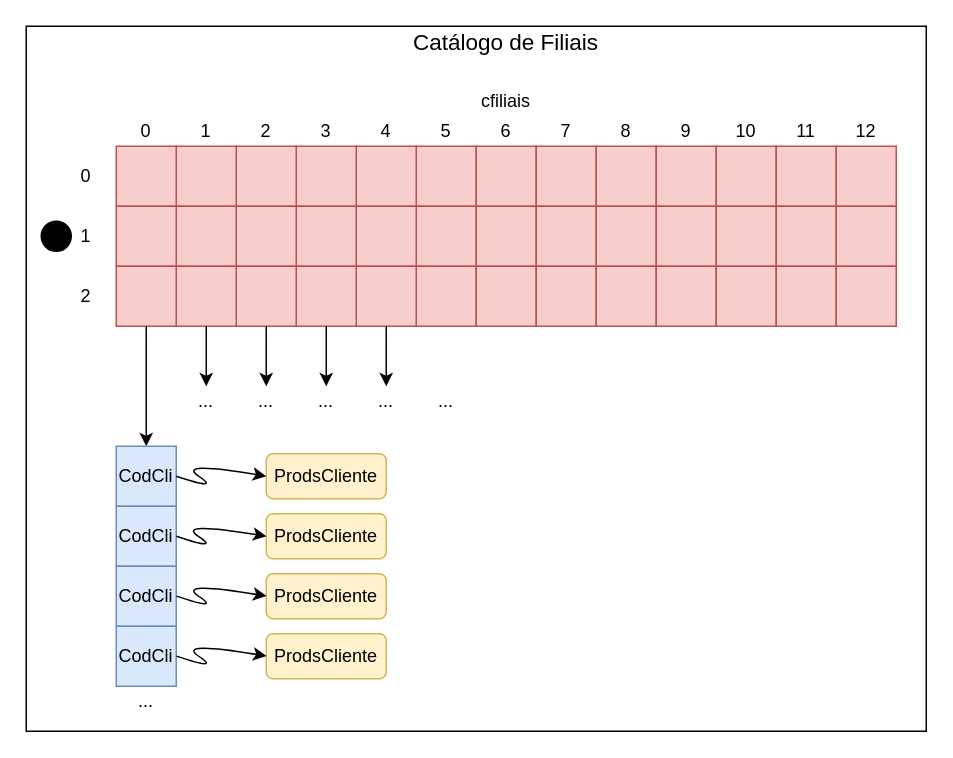
Before: projeto_java/relatorio/Cfiliais.drawio in puyol105/LI3, a draw.io diagram. Source tidied: cells renumbered, new cells numbered last; positions are measured from the earlier drawing's top-left corner, leaving out a move shared by most shapes. Both pictures are drawn from the tidied source at 150%, with x=0, y=0 at pixel (26, 26).
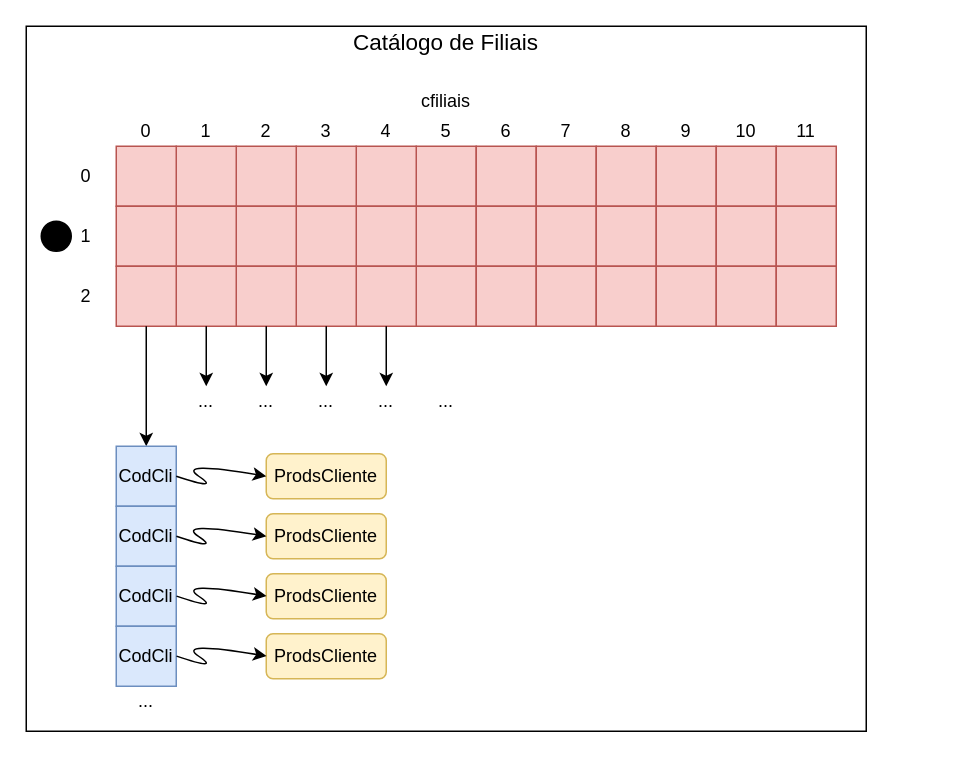
The same diagram, later.

What changed in the source:
```diff
@@
     <mxCell id="2" style="rounded=0;whiteSpace=wrap;html=1;" parent="1" vertex="1">
-      <mxGeometry width="600" height="470" as="geometry" />
+      <mxGeometry width="560" height="470" as="geometry" />
     </mxCell>
@@
     <mxCell id="5" value="cfiliais&lt;br&gt;" style="text;html=1;strokeColor=none;fillColor=none;align=center;verticalAlign=middle;whiteSpace=wrap;rounded=0;" parent="1" vertex="1">
-      <mxGeometry x="300" y="40" width="40" height="20" as="geometry" />
+      <mxGeometry x="260" y="40" width="40" height="20" as="geometry" />
     </mxCell>
@@
     <mxCell id="8" value="&lt;font style=&quot;font-size: 15px&quot;&gt;Catálogo de Filiais&lt;/font&gt;" style="text;html=1;strokeColor=none;fillColor=none;align=center;verticalAlign=middle;whiteSpace=wrap;rounded=0;" parent="1" vertex="1">
-      <mxGeometry x="235" width="170" height="20" as="geometry" />
+      <mxGeometry x="195" width="170" height="20" as="geometry" />
     </mxCell>
@@
-    <mxCell id="17" style="whiteSpace=wrap;html=1;fillColor=#f8cecc;strokeColor=#b85450;" parent="1" vertex="1">
-      <mxGeometry x="540" y="80" width="40" height="40" as="geometry" />
-    </mxCell>
@@
-    <mxCell id="31" value="12" style="text;html=1;strokeColor=none;fillColor=none;align=center;verticalAlign=middle;whiteSpace=wrap;rounded=0;" parent="1" vertex="1">
-      <mxGeometry x="540" y="60" width="40" height="20" as="geometry" />
-    </mxCell>
@@
-    <mxCell id="43" style="whiteSpace=wrap;html=1;fillColor=#f8cecc;strokeColor=#b85450;" parent="1" vertex="1">
-      <mxGeometry x="540" y="120" width="40" height="40" as="geometry" />
-    </mxCell>
@@
-    <mxCell id="56" style="whiteSpace=wrap;html=1;fillColor=#f8cecc;strokeColor=#b85450;" parent="1" vertex="1">
-      <mxGeometry x="540" y="160" width="40" height="40" as="geometry" />
-    </mxCell>
```
